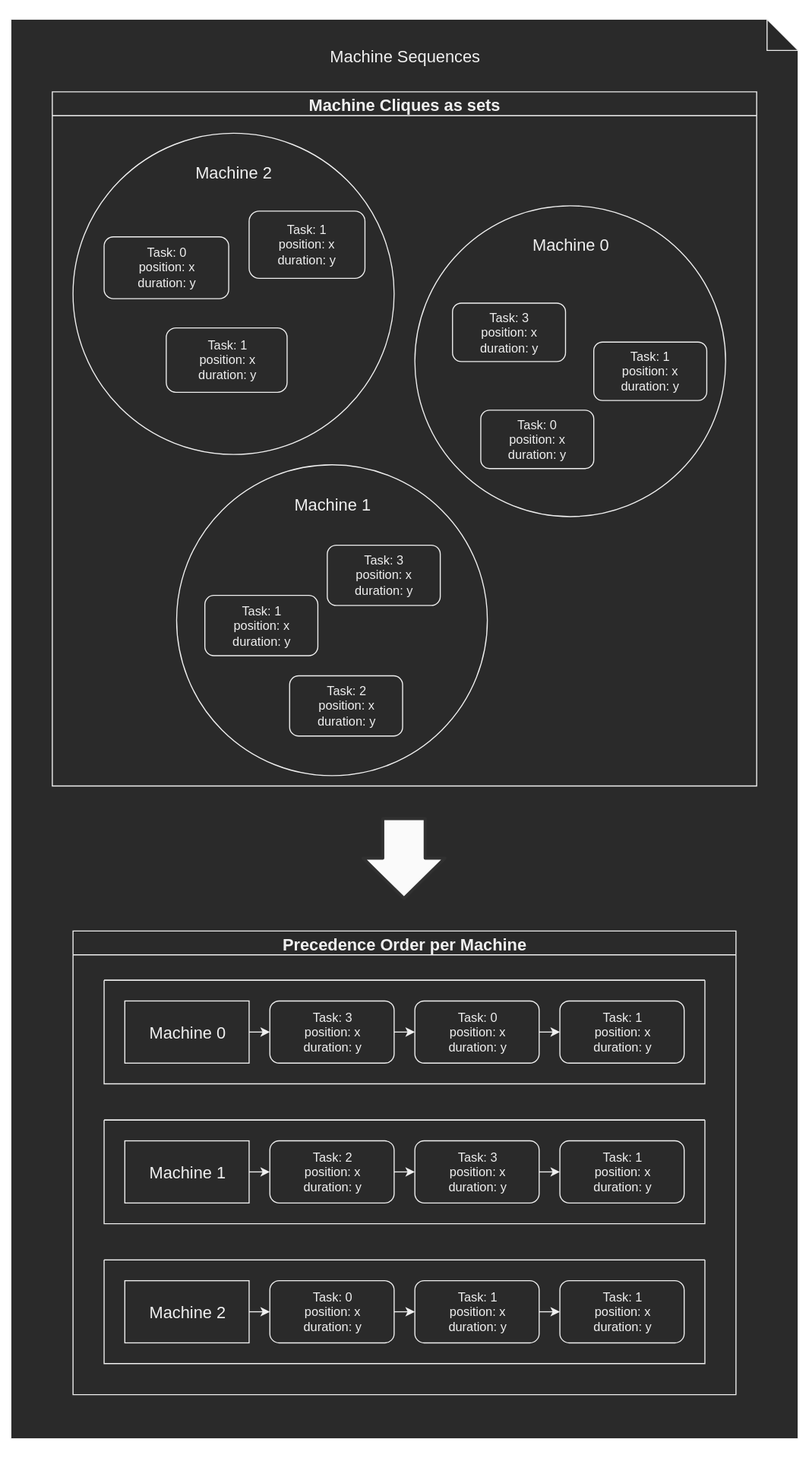
Before: docs/resources/assets/machine_seq.svg, a diagram exported from draw.io (gertscha/JS_Optimization). Source tidied: cells renumbered, new cells last; positions are measured from the earlier drawing's top-left corner, leaving out a move shared by most shapes.
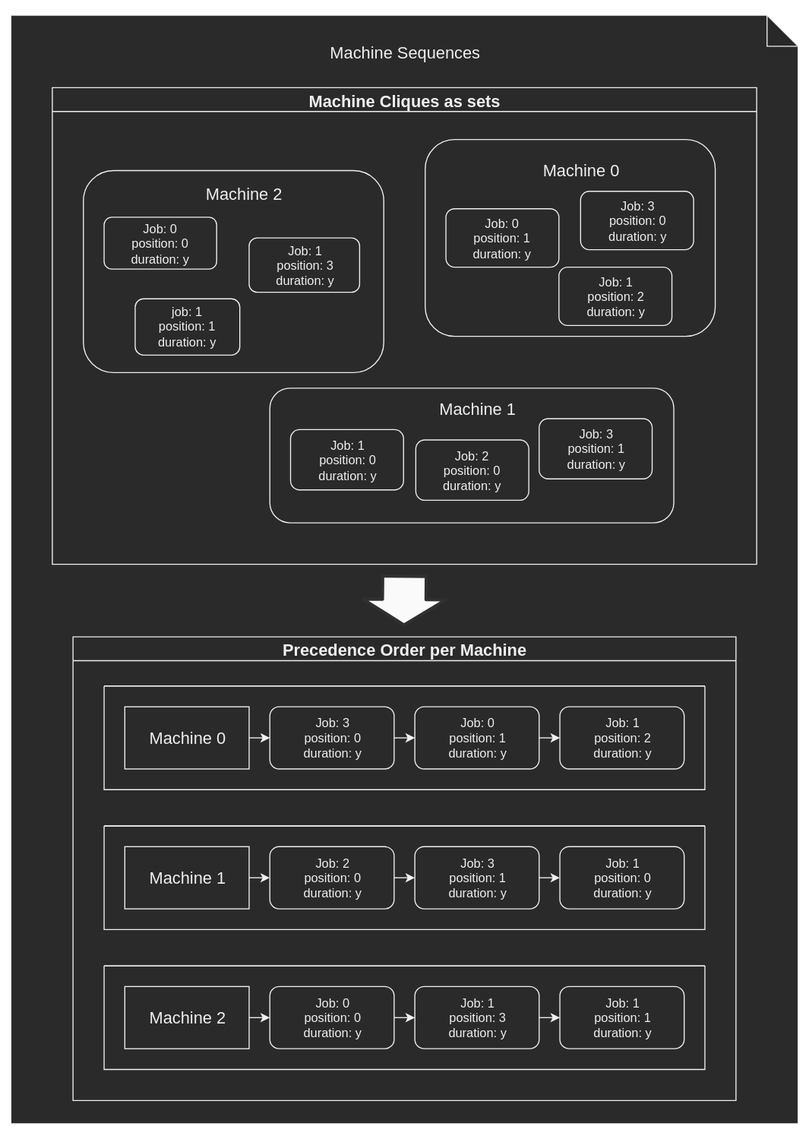
Later version of the same file.

The edit, as a diff of the source:
```diff
@@ -3,67 +3,13 @@
     <mxCell id="0" />
     <mxCell id="1" parent="0" />
     <mxCell id="2" style="shape=note;whiteSpace=wrap;html=1;backgroundOutline=1;darkOpacity=0.05;" parent="1" vertex="1">
-      <mxGeometry width="760" height="1370" as="geometry" />
+      <mxGeometry width="760" height="1070" as="geometry" />
     </mxCell>
     <mxCell id="3" value="Machine Cliques as sets" style="swimlane;fontSize=16;" parent="1" vertex="1">
-      <mxGeometry x="40" y="70" width="680" height="670" as="geometry" />
+      <mxGeometry x="40" y="70" width="680" height="460" as="geometry" />
     </mxCell>
-    <mxCell id="4" style="group;" parent="3" vertex="1">
-      <mxGeometry x="20" y="40" width="310" height="310" as="geometry" />
-    </mxCell>
-    <mxCell id="5" style="ellipse;whiteSpace=wrap;html=1;" parent="4" vertex="1">
-      <mxGeometry width="310" height="310" as="geometry" />
-    </mxCell>
-    <mxCell id="6" value="Task: 0&lt;br&gt;position: x&lt;br&gt;duration: y" style="rounded=1;whiteSpace=wrap;html=1;" parent="4" vertex="1">
-      <mxGeometry x="30" y="100" width="120.3" height="59.7" as="geometry" />
-    </mxCell>
-    <mxCell id="7" value="Machine 2" style="text;html=1;strokeColor=none;fillColor=none;align=center;verticalAlign=middle;whiteSpace=wrap;rounded=0;fontSize=16;" parent="4" vertex="1">
-      <mxGeometry x="103.3" y="28.2" width="103.3" height="18.8" as="geometry" />
-    </mxCell>
-    <mxCell id="8" value="Task: 1&lt;br&gt;position: x&lt;br&gt;duration: y" style="rounded=1;whiteSpace=wrap;html=1;" parent="4" vertex="1">
-      <mxGeometry x="170" y="75.2" width="111.8" height="64.8" as="geometry" />
-    </mxCell>
-    <mxCell id="9" value="Task: 1&lt;br&gt;position: x&lt;br&gt;duration: y" style="rounded=1;whiteSpace=wrap;html=1;" parent="4" vertex="1">
-      <mxGeometry x="90" y="187.9" width="116.7" height="62.1" as="geometry" />
-    </mxCell>
-    <mxCell id="10" style="group;" parent="3" vertex="1">
-      <mxGeometry x="350" y="110" width="300" height="310" as="geometry" />
-    </mxCell>
-    <mxCell id="11" style="ellipse;whiteSpace=wrap;html=1;" parent="10" vertex="1">
-      <mxGeometry width="300" height="300" as="geometry" />
-    </mxCell>
-    <mxCell id="12" value="Task: 0&lt;br&gt;position: x&lt;br&gt;duration: y" style="rounded=1;whiteSpace=wrap;html=1;" parent="10" vertex="1">
-      <mxGeometry x="63.6" y="197.3" width="109.1" height="56.4" as="geometry" />
-    </mxCell>
-    <mxCell id="13" value="Machine 0" style="text;html=1;strokeColor=none;fillColor=none;align=center;verticalAlign=middle;whiteSpace=wrap;rounded=0;fontSize=16;" parent="10" vertex="1">
-      <mxGeometry x="100" y="28.2" width="100" height="18.8" as="geometry" />
-    </mxCell>
-    <mxCell id="14" value="Task: 3&lt;br&gt;position: x&lt;br&gt;duration: y" style="rounded=1;whiteSpace=wrap;html=1;" parent="10" vertex="1">
-      <mxGeometry x="36.4" y="93.9" width="109.1" height="56.4" as="geometry" />
-    </mxCell>
-    <mxCell id="15" value="Task: 1&lt;br&gt;position: x&lt;br&gt;duration: y" style="rounded=1;whiteSpace=wrap;html=1;" parent="10" vertex="1">
-      <mxGeometry x="172.7" y="131.5" width="109.1" height="56.4" as="geometry" />
-    </mxCell>
-    <mxCell id="16" style="group;" parent="3" vertex="1">
-      <mxGeometry x="120" y="360" width="300" height="320" as="geometry" />
-    </mxCell>
-    <mxCell id="17" style="ellipse;whiteSpace=wrap;html=1;" parent="16" vertex="1">
-      <mxGeometry width="300" height="300" as="geometry" />
-    </mxCell>
-    <mxCell id="18" value="Task: 1&lt;br&gt;position: x&lt;br&gt;duration: y" style="rounded=1;whiteSpace=wrap;html=1;" parent="16" vertex="1">
-      <mxGeometry x="27.3" y="126.1" width="109.1" height="58.2" as="geometry" />
-    </mxCell>
-    <mxCell id="19" value="Machine 1" style="text;html=1;strokeColor=none;fillColor=none;align=center;verticalAlign=middle;whiteSpace=wrap;rounded=0;fontSize=16;" parent="16" vertex="1">
-      <mxGeometry x="100" y="29.1" width="100" height="19.4" as="geometry" />
-    </mxCell>
-    <mxCell id="20" value="Task: 3&lt;br&gt;position: x&lt;br&gt;duration: y" style="rounded=1;whiteSpace=wrap;html=1;" parent="16" vertex="1">
-      <mxGeometry x="145.5" y="77.6" width="109.1" height="58.2" as="geometry" />
-    </mxCell>
-    <mxCell id="21" value="Task: 2&lt;br&gt;position: x&lt;br&gt;duration: y" style="rounded=1;whiteSpace=wrap;html=1;" parent="16" vertex="1">
-      <mxGeometry x="109.1" y="203.6" width="109.1" height="58.2" as="geometry" />
-    </mxCell>
     <mxCell id="22" value="Precedence Order per Machine" style="swimlane;fontSize=16;" parent="1" vertex="1">
-      <mxGeometry x="60" y="880" width="640" height="447.5" as="geometry" />
+      <mxGeometry x="60" y="600" width="640" height="447.5" as="geometry" />
     </mxCell>
     <mxCell id="23" style="swimlane;startSize=0;fontSize=16;" parent="22" vertex="1">
       <mxGeometry x="30" y="47.5" width="580" height="100" as="geometry" />
@@ -77,16 +23,16 @@
     <mxCell id="26" style="edgeStyle=none;html=1;fontSize=16;" parent="23" edge="1" source="27" target="29">
       <mxGeometry relative="1" as="geometry" />
     </mxCell>
-    <mxCell id="27" value="Task: 3&lt;br&gt;position: x&lt;br&gt;duration: y" style="rounded=1;whiteSpace=wrap;html=1;" parent="23" vertex="1">
+    <mxCell id="27" value="Job: 3&lt;br&gt;position: 0&lt;br&gt;duration: y" style="rounded=1;whiteSpace=wrap;html=1;" parent="23" vertex="1">
       <mxGeometry x="160" y="20" width="120" height="60" as="geometry" />
     </mxCell>
     <mxCell id="28" style="edgeStyle=none;html=1;fontSize=16;" parent="23" edge="1" source="29" target="30">
       <mxGeometry relative="1" as="geometry" />
     </mxCell>
-    <mxCell id="29" value="Task: 0&lt;br&gt;position: x&lt;br&gt;duration: y" style="rounded=1;whiteSpace=wrap;html=1;" parent="23" vertex="1">
+    <mxCell id="29" value="Job: 0&lt;br&gt;position: 1&lt;br&gt;duration: y" style="rounded=1;whiteSpace=wrap;html=1;" parent="23" vertex="1">
       <mxGeometry x="300" y="20" width="120" height="60" as="geometry" />
     </mxCell>
-    <mxCell id="30" value="Task: 1&lt;br&gt;position: x&lt;br&gt;duration: y" style="rounded=1;whiteSpace=wrap;html=1;" parent="23" vertex="1">
+    <mxCell id="30" value="Job: 1&lt;br&gt;position: 2&lt;br&gt;duration: y" style="rounded=1;whiteSpace=wrap;html=1;" parent="23" vertex="1">
       <mxGeometry x="440" y="20" width="120" height="60" as="geometry" />
     </mxCell>
     <mxCell id="31" style="swimlane;startSize=0;fontSize=16;" parent="22" vertex="1">
@@ -112,13 +58,13 @@
         <mxPoint x="440" y="50" as="targetPoint" />
       </mxGeometry>
     </mxCell>
-    <mxCell id="36" value="Task: 2&lt;br&gt;position: x&lt;br&gt;duration: y" style="rounded=1;whiteSpace=wrap;html=1;" parent="31" vertex="1">
+    <mxCell id="36" value="Job: 2&lt;br&gt;position: 0&lt;br&gt;duration: y" style="rounded=1;whiteSpace=wrap;html=1;" parent="31" vertex="1">
       <mxGeometry x="160" y="20" width="120" height="60" as="geometry" />
     </mxCell>
-    <mxCell id="37" value="Task: 3&lt;br&gt;position: x&lt;br&gt;duration: y" style="rounded=1;whiteSpace=wrap;html=1;" parent="31" vertex="1">
+    <mxCell id="37" value="Job: 3&lt;br&gt;position: 1&lt;br&gt;duration: y" style="rounded=1;whiteSpace=wrap;html=1;" parent="31" vertex="1">
       <mxGeometry x="300" y="20" width="120" height="60" as="geometry" />
     </mxCell>
-    <mxCell id="38" value="Task: 1&lt;br&gt;position: x&lt;br&gt;duration: y" style="rounded=1;whiteSpace=wrap;html=1;" parent="31" vertex="1">
+    <mxCell id="38" value="Job: 1&lt;br&gt;position: 0&lt;br&gt;duration: y" style="rounded=1;whiteSpace=wrap;html=1;" parent="31" vertex="1">
       <mxGeometry x="440" y="20" width="120" height="60" as="geometry" />
     </mxCell>
     <mxCell id="39" style="swimlane;startSize=0;fontSize=16;" parent="22" vertex="1">
@@ -144,23 +90,77 @@
         <mxPoint x="440" y="50" as="targetPoint" />
       </mxGeometry>
     </mxCell>
-    <mxCell id="44" value="Task: 0&lt;br&gt;position: x&lt;br&gt;duration: y" style="rounded=1;whiteSpace=wrap;html=1;" parent="39" vertex="1">
+    <mxCell id="44" value="Job: 0&lt;br&gt;position: 0&lt;br&gt;duration: y" style="rounded=1;whiteSpace=wrap;html=1;" parent="39" vertex="1">
       <mxGeometry x="160" y="20" width="120" height="60" as="geometry" />
     </mxCell>
-    <mxCell id="45" value="Task: 1&lt;br&gt;position: x&lt;br&gt;duration: y" style="rounded=1;whiteSpace=wrap;html=1;" parent="39" vertex="1">
+    <mxCell id="45" value="Job: 1&lt;br&gt;position: 3&lt;br&gt;duration: y" style="rounded=1;whiteSpace=wrap;html=1;" parent="39" vertex="1">
       <mxGeometry x="300" y="20" width="120" height="60" as="geometry" />
     </mxCell>
-    <mxCell id="46" value="Task: 1&lt;br&gt;position: x&lt;br&gt;duration: y" style="rounded=1;whiteSpace=wrap;html=1;" parent="39" vertex="1">
+    <mxCell id="46" value="Job: 1&lt;br&gt;position: 1&lt;br&gt;duration: y" style="rounded=1;whiteSpace=wrap;html=1;" parent="39" vertex="1">
       <mxGeometry x="440" y="20" width="120" height="60" as="geometry" />
     </mxCell>
     <mxCell id="47" value="Machine Sequences" style="text;html=1;strokeColor=none;fillColor=none;align=center;verticalAlign=middle;whiteSpace=wrap;rounded=0;fontSize=16;" parent="1" vertex="1">
       <mxGeometry x="260" y="10" width="240" height="50" as="geometry" />
     </mxCell>
-    <mxCell id="48" style="shape=flexArrow;endArrow=classic;html=1;fontSize=16;endWidth=35;endSize=11.95;width=39;strokeWidth=3;fillColor=#FAFAFA;strokeColor=#303030;" parent="1" edge="1">
+    <mxCell id="48" style="shape=flexArrow;endArrow=classic;html=1;fontSize=16;endWidth=35;endSize=7.19;width=40;strokeWidth=3;fillColor=#FAFAFA;strokeColor=#303030;" parent="1" edge="1">
       <mxGeometry relative="1" as="geometry">
-        <mxPoint x="379.5" y="770" as="sourcePoint" />
-        <mxPoint x="379.5" y="850" as="targetPoint" />
+        <mxPoint x="380" y="540" as="sourcePoint" />
+        <mxPoint x="379.5" y="590" as="targetPoint" />
       </mxGeometry>
     </mxCell>
+    <mxCell id="49" style="group;" parent="1" vertex="1">
+      <mxGeometry x="70" y="150" width="290" height="195" as="geometry" />
+    </mxCell>
+    <mxCell id="50" style="rounded=1;whiteSpace=wrap;html=1;" parent="49" vertex="1">
+      <mxGeometry width="290" height="195" as="geometry" />
+    </mxCell>
+    <mxCell id="7" value="Machine 2" style="text;html=1;strokeColor=none;fillColor=none;align=center;verticalAlign=middle;whiteSpace=wrap;rounded=0;fontSize=16;" parent="49" vertex="1">
+      <mxGeometry x="108.3" y="15" width="93.3" height="15.8" as="geometry" />
+    </mxCell>
+    <mxCell id="6" value="Job: 0&lt;br&gt;position: 0&lt;br&gt;duration: y" style="rounded=1;whiteSpace=wrap;html=1;" parent="49" vertex="1">
+      <mxGeometry x="20" y="45" width="108.7" height="50.1" as="geometry" />
+    </mxCell>
+    <mxCell id="9" value="Job: 1&lt;br&gt;position: 3&lt;br&gt;duration: y" style="rounded=1;whiteSpace=wrap;html=1;" parent="49" vertex="1">
+      <mxGeometry x="160" y="65" width="106.7" height="52.4" as="geometry" />
+    </mxCell>
+    <mxCell id="8" value="job: 1&lt;br&gt;position: 1&lt;br&gt;duration: y" style="rounded=1;whiteSpace=wrap;html=1;" parent="49" vertex="1">
+      <mxGeometry x="50" y="123.7" width="101" height="54.4" as="geometry" />
+    </mxCell>
+    <mxCell id="51" style="group;" parent="1" vertex="1">
+      <mxGeometry x="400" y="120" width="280" height="190" as="geometry" />
+    </mxCell>
+    <mxCell id="52" style="rounded=1;whiteSpace=wrap;html=1;" parent="51" vertex="1">
+      <mxGeometry width="280" height="190" as="geometry" />
+    </mxCell>
+    <mxCell id="13" value="Machine 0" style="text;html=1;strokeColor=none;fillColor=none;align=center;verticalAlign=middle;whiteSpace=wrap;rounded=0;fontSize=16;" parent="51" vertex="1">
+      <mxGeometry x="100" y="20" width="100" height="18.8" as="geometry" />
+    </mxCell>
+    <mxCell id="12" value="Job: 0&lt;br&gt;position: 1&lt;br&gt;duration: y" style="rounded=1;whiteSpace=wrap;html=1;" parent="51" vertex="1">
+      <mxGeometry x="20" y="66.8" width="109.1" height="56.4" as="geometry" />
+    </mxCell>
+    <mxCell id="14" value="Job: 3&lt;br&gt;position: 0&lt;br&gt;duration: y" style="rounded=1;whiteSpace=wrap;html=1;" parent="51" vertex="1">
+      <mxGeometry x="150" y="50" width="109.1" height="56.4" as="geometry" />
+    </mxCell>
+    <mxCell id="15" value="Job: 1&lt;br&gt;position: 2&lt;br&gt;duration: y" style="rounded=1;whiteSpace=wrap;html=1;" parent="51" vertex="1">
+      <mxGeometry x="129.1" y="123.2" width="109.1" height="56.4" as="geometry" />
+    </mxCell>
+    <mxCell id="53" style="group;" parent="1" vertex="1">
+      <mxGeometry x="250" y="360" width="390" height="130" as="geometry" />
+    </mxCell>
+    <mxCell id="54" style="rounded=1;whiteSpace=wrap;html=1;" parent="53" vertex="1">
+      <mxGeometry width="390" height="130" as="geometry" />
+    </mxCell>
+    <mxCell id="19" value="Machine 1" style="text;html=1;strokeColor=none;fillColor=none;align=center;verticalAlign=middle;whiteSpace=wrap;rounded=0;fontSize=16;" parent="53" vertex="1">
+      <mxGeometry x="150" y="10" width="100" height="19.4" as="geometry" />
+    </mxCell>
+    <mxCell id="18" value="Job: 1&lt;br&gt;position: 0&lt;br&gt;duration: y" style="rounded=1;whiteSpace=wrap;html=1;" parent="53" vertex="1">
+      <mxGeometry x="20" y="40" width="109.1" height="58.2" as="geometry" />
+    </mxCell>
+    <mxCell id="21" value="Job: 2&lt;br&gt;position: 0&lt;br&gt;duration: y" style="rounded=1;whiteSpace=wrap;html=1;" parent="53" vertex="1">
+      <mxGeometry x="140.9" y="50" width="109.1" height="58.2" as="geometry" />
+    </mxCell>
+    <mxCell id="20" value="Job: 3&lt;br&gt;position: 1&lt;br&gt;duration: y" style="rounded=1;whiteSpace=wrap;html=1;" parent="53" vertex="1">
+      <mxGeometry x="260" y="29.4" width="109.1" height="58.2" as="geometry" />
+    </mxCell>
   </root>
 </mxGraphModel>
```
